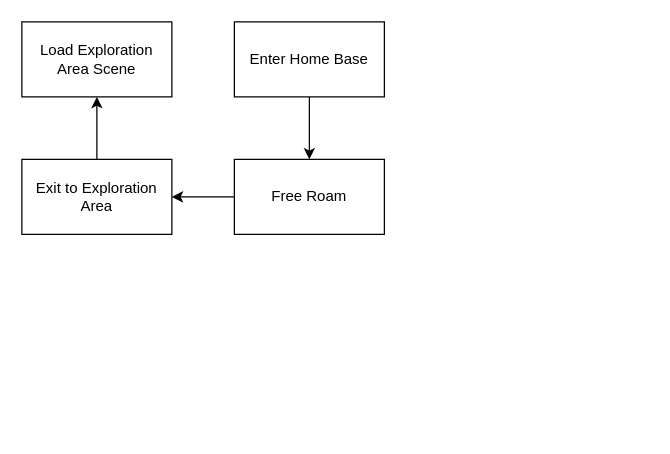
Earlier version of the draw.io diagram Unity/Projects/Project 3 - Game Jam/Game Design/home_base_flowchart.drawio (O-paque/IDEA310). Source tidied: cells renumbered, new cells numbered last; positions are measured from the earlier drawing's top-left corner, leaving out a move shared by most shapes. Both pictures are drawn from the tidied source at 125%, with x=0, y=0 at pixel (21, 21).
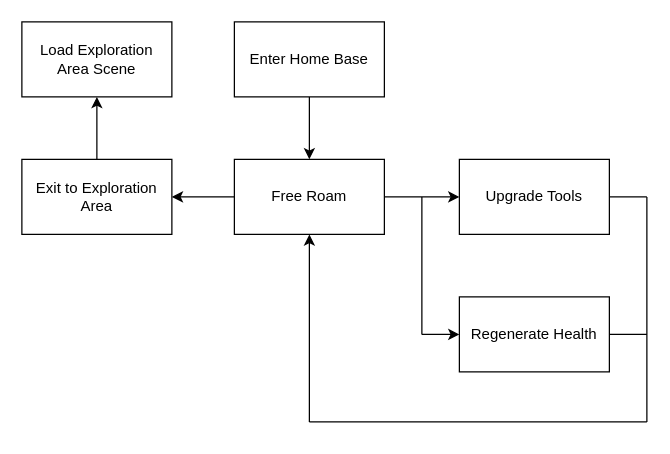
The same diagram, later.

Unchanged cells that the change refers to:
```xml
<mxCell id="4" value="&lt;div&gt;Free Roam&lt;/div&gt;" style="rounded=0;whiteSpace=wrap;html=1;" parent="1" vertex="1">
  <mxGeometry x="170" y="110" width="120" height="60" as="geometry" />
</mxCell>
```

Change to the diagram source:
```diff
@@
+    <mxCell id="9" value="Upgrade Tools" style="rounded=0;whiteSpace=wrap;html=1;" parent="1" vertex="1">
+      <mxGeometry x="350" y="110" width="120" height="60" as="geometry" />
+    </mxCell>
+    <mxCell id="10" style="endArrow=none;html=1;rounded=0;" parent="1" edge="1">
+      <mxGeometry relative="1" as="geometry">
+        <mxPoint x="320" y="140" as="sourcePoint" />
+        <mxPoint x="320" y="250" as="targetPoint" />
+      </mxGeometry>
+    </mxCell>
+    <mxCell id="11" style="endArrow=classic;html=1;rounded=0;exitX=1;exitY=0.5;exitDx=0;exitDy=0;entryX=0;entryY=0.5;entryDx=0;entryDy=0;" parent="1" edge="1" source="4" target="9">
+      <mxGeometry relative="1" as="geometry" />
+    </mxCell>
+    <mxCell id="12" value="Regenerate Health" style="rounded=0;whiteSpace=wrap;html=1;" parent="1" vertex="1">
+      <mxGeometry x="350" y="220" width="120" height="60" as="geometry" />
+    </mxCell>
+    <mxCell id="13" style="endArrow=classic;html=1;rounded=0;entryX=0;entryY=0.5;entryDx=0;entryDy=0;" parent="1" edge="1" target="12">
+      <mxGeometry relative="1" as="geometry">
+        <mxPoint x="320" y="250" as="sourcePoint" />
+      </mxGeometry>
+    </mxCell>
+    <mxCell id="14" style="endArrow=none;html=1;rounded=0;exitX=1;exitY=0.5;exitDx=0;exitDy=0;" parent="1" edge="1" source="9">
+      <mxGeometry relative="1" as="geometry">
+        <mxPoint x="500" y="140" as="targetPoint" />
+      </mxGeometry>
+    </mxCell>
+    <mxCell id="15" style="endArrow=none;html=1;rounded=0;exitX=1;exitY=0.5;exitDx=0;exitDy=0;" parent="1" edge="1" source="12">
+      <mxGeometry relative="1" as="geometry">
+        <mxPoint x="500" y="250" as="targetPoint" />
+      </mxGeometry>
+    </mxCell>
+    <mxCell id="16" style="endArrow=none;html=1;rounded=0;" parent="1" edge="1">
+      <mxGeometry relative="1" as="geometry">
+        <mxPoint x="500" y="320" as="sourcePoint" />
+        <mxPoint x="500" y="140" as="targetPoint" />
+      </mxGeometry>
+    </mxCell>
+    <mxCell id="17" style="endArrow=none;html=1;rounded=0;" parent="1" edge="1">
+      <mxGeometry relative="1" as="geometry">
+        <mxPoint x="230" y="320" as="sourcePoint" />
+        <mxPoint x="500" y="320" as="targetPoint" />
+      </mxGeometry>
+    </mxCell>
+    <mxCell id="18" style="endArrow=classic;html=1;rounded=0;entryX=0.5;entryY=1;entryDx=0;entryDy=0;" parent="1" edge="1" target="4">
+      <mxGeometry relative="1" as="geometry">
+        <mxPoint x="230" y="320" as="sourcePoint" />
+      </mxGeometry>
+    </mxCell>
```
